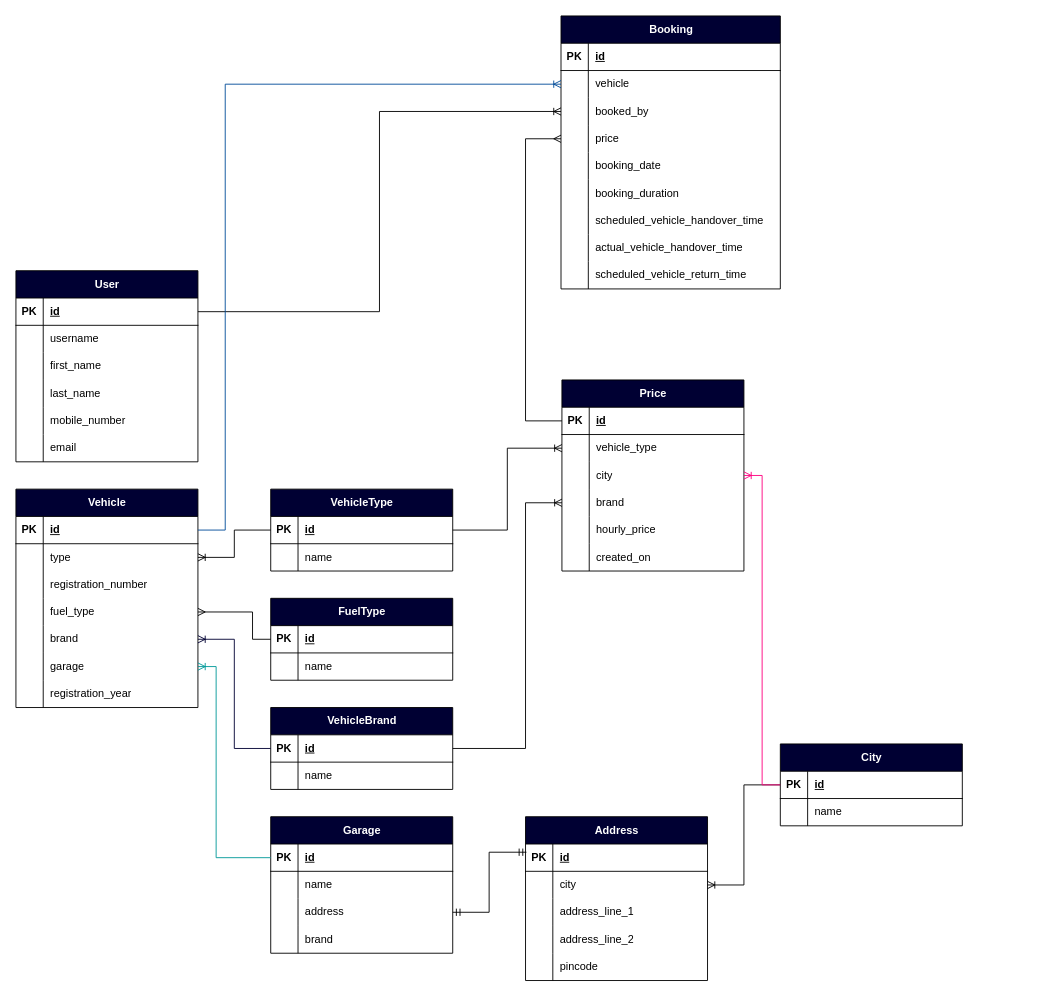
Above: car_rental_service.drawio in priyajitbera/UML_DIAGRAMS (draw.io), before the change. Source tidied: cells renumbered, new cells numbered last; positions are measured from the earlier drawing's top-left corner, leaving out a move shared by most shapes. Both pictures are drawn from the tidied source at 91%, with x=0, y=0 at pixel (15, 15).
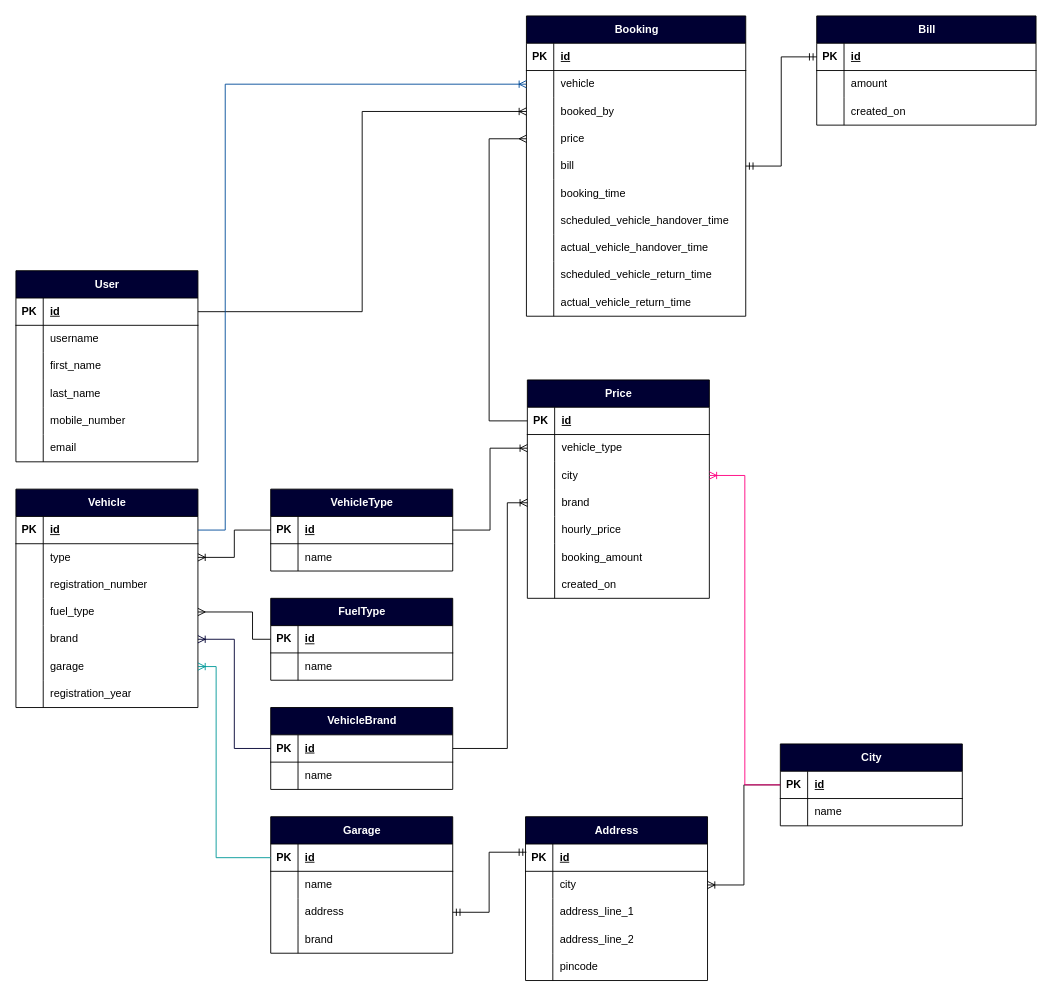
The same page after the edit.

The change refers to these unchanged cells:
```xml
<mxCell id="59" style="shape=tableRow;horizontal=0;startSize=0;swimlaneHead=0;swimlaneBody=0;fillColor=none;points=[[0,0.5],[1,0.5]];portConstraint=eastwest;top=0;left=0;right=0;bottom=1;" parent="58" vertex="1">
  <mxGeometry y="30" width="200" height="30" as="geometry" />
</mxCell>
<mxCell id="82" style="shape=tableRow;horizontal=0;startSize=0;swimlaneHead=0;swimlaneBody=0;fillColor=none;points=[[0,0.5],[1,0.5]];portConstraint=eastwest;top=0;left=0;right=0;bottom=1;" parent="81" vertex="1">
  <mxGeometry y="30" width="200" height="30" as="geometry" />
</mxCell>
<mxCell id="91" style="shape=tableRow;horizontal=0;startSize=0;swimlaneHead=0;swimlaneBody=0;fillColor=none;points=[[0,0.5],[1,0.5]];portConstraint=eastwest;top=0;left=0;right=0;bottom=0;" parent="81" vertex="1">
  <mxGeometry y="120" width="200" height="30" as="geometry" />
</mxCell>
<mxCell id="138" style="shape=tableRow;horizontal=0;startSize=0;swimlaneHead=0;swimlaneBody=0;fillColor=none;points=[[0,0.5],[1,0.5]];portConstraint=eastwest;top=0;left=0;right=0;bottom=0;" parent="128" vertex="1">
  <mxGeometry y="120" width="241" height="30" as="geometry" />
</mxCell>
```

Diff of the diagram source:
```diff
@@
     <mxCell id="81" value="Price" style="shape=table;startSize=30;childLayout=tableLayout;rowLines=0;fontStyle=1;align=center;html=1;fillColor=#000033;fontColor=#FFFFFF;" parent="1" vertex="1">
-      <mxGeometry x="600" y="400" width="200" height="210" as="geometry" />
+      <mxGeometry x="562" y="400" width="200" height="240" as="geometry" />
     </mxCell>
@@
+    <mxCell id="159" style="shape=tableRow;horizontal=0;startSize=0;swimlaneHead=0;swimlaneBody=0;fillColor=none;top=0;left=0;right=0;bottom=0;" parent="81" vertex="1">
+      <mxGeometry y="180" width="200" height="30" as="geometry" />
+    </mxCell>
+    <mxCell id="160" style="shape=partialRectangle;fillColor=none;top=0;left=0;bottom=0;right=0;overflow=hidden;whiteSpace=wrap;html=1;" parent="159" vertex="1">
+      <mxGeometry width="30" height="30" as="geometry" />
+    </mxCell>
+    <mxCell id="161" value="booking_amount" style="shape=partialRectangle;fillColor=none;top=0;left=0;bottom=0;right=0;align=left;spacingLeft=6;overflow=hidden;whiteSpace=wrap;html=1;" parent="159" vertex="1">
+      <mxGeometry x="30" width="170" height="30" as="geometry" />
+    </mxCell>
     <mxCell id="97" style="shape=tableRow;horizontal=0;startSize=0;swimlaneHead=0;swimlaneBody=0;fillColor=none;top=0;left=0;right=0;bottom=0;" parent="81" vertex="1">
-      <mxGeometry y="180" width="200" height="30" as="geometry" />
+      <mxGeometry y="210" width="200" height="30" as="geometry" />
     </mxCell>
@@
     <mxCell id="127" style="edgeStyle=orthogonalEdgeStyle;fontSize=12;html=1;endArrow=ERoneToMany;rounded=0;exitX=1;exitY=0.5;exitDx=0;exitDy=0;" parent="1" edge="1" source="59" target="91">
       <mxGeometry relative="1" as="geometry">
         <Array as="points">
-          <mxPoint x="560" y="805" />
-          <mxPoint x="560" y="535" />
+          <mxPoint x="540" y="805" />
+          <mxPoint x="540" y="535" />
         </Array>
       </mxGeometry>
     </mxCell>
     <mxCell id="128" value="Booking" style="shape=table;startSize=30;childLayout=tableLayout;rowLines=0;fontStyle=1;align=center;html=1;fillColor=#000033;fontColor=#FFFFFF;" parent="1" vertex="1">
-      <mxGeometry x="599" width="241" height="300" as="geometry" />
+      <mxGeometry x="561" width="241" height="330" as="geometry" />
     </mxCell>
@@
+    <mxCell id="162" style="shape=tableRow;horizontal=0;startSize=0;swimlaneHead=0;swimlaneBody=0;fillColor=none;points=[[0,0.5],[1,0.5]];portConstraint=eastwest;top=0;left=0;right=0;bottom=0;" parent="128" vertex="1">
+      <mxGeometry y="150" width="241" height="30" as="geometry" />
+    </mxCell>
+    <mxCell id="163" style="shape=partialRectangle;fillColor=none;top=0;left=0;bottom=0;right=0;overflow=hidden;whiteSpace=wrap;html=1;" parent="162" vertex="1">
+      <mxGeometry width="30" height="30" as="geometry" />
+    </mxCell>
+    <mxCell id="164" value="bill" style="shape=partialRectangle;fillColor=none;top=0;left=0;bottom=0;right=0;align=left;spacingLeft=6;overflow=hidden;whiteSpace=wrap;html=1;" parent="162" vertex="1">
+      <mxGeometry x="30" width="211" height="30" as="geometry" />
+    </mxCell>
     <mxCell id="141" style="shape=tableRow;horizontal=0;startSize=0;swimlaneHead=0;swimlaneBody=0;fillColor=none;top=0;left=0;right=0;bottom=0;" parent="128" vertex="1">
-      <mxGeometry y="150" width="241" height="30" as="geometry" />
+      <mxGeometry y="180" width="241" height="30" as="geometry" />
     </mxCell>
@@
-    <mxCell id="143" value="booking_date" style="shape=partialRectangle;fillColor=none;top=0;left=0;bottom=0;right=0;align=left;spacingLeft=6;overflow=hidden;whiteSpace=wrap;html=1;" parent="141" vertex="1">
+    <mxCell id="143" value="booking_time" style="shape=partialRectangle;fillColor=none;top=0;left=0;bottom=0;right=0;align=left;spacingLeft=6;overflow=hidden;whiteSpace=wrap;html=1;" parent="141" vertex="1">
       <mxGeometry x="30" width="211" height="30" as="geometry" />
     </mxCell>
-    <mxCell id="144" style="shape=tableRow;horizontal=0;startSize=0;swimlaneHead=0;swimlaneBody=0;fillColor=none;top=0;left=0;right=0;bottom=0;" parent="128" vertex="1">
-      <mxGeometry y="180" width="241" height="30" as="geometry" />
-    </mxCell>
-    <mxCell id="145" style="shape=partialRectangle;fillColor=none;top=0;left=0;bottom=0;right=0;overflow=hidden;whiteSpace=wrap;html=1;" parent="144" vertex="1">
-      <mxGeometry width="30" height="30" as="geometry" />
-    </mxCell>
-    <mxCell id="146" value="booking_duration" style="shape=partialRectangle;fillColor=none;top=0;left=0;bottom=0;right=0;align=left;spacingLeft=6;overflow=hidden;whiteSpace=wrap;html=1;" parent="144" vertex="1">
-      <mxGeometry x="30" width="211" height="30" as="geometry" />
-    </mxCell>
@@
+    <mxCell id="165" style="shape=tableRow;horizontal=0;startSize=0;swimlaneHead=0;swimlaneBody=0;fillColor=none;top=0;left=0;right=0;bottom=0;" parent="128" vertex="1">
+      <mxGeometry y="300" width="241" height="30" as="geometry" />
+    </mxCell>
+    <mxCell id="166" style="shape=partialRectangle;fillColor=none;top=0;left=0;bottom=0;right=0;overflow=hidden;whiteSpace=wrap;html=1;" parent="165" vertex="1">
+      <mxGeometry width="30" height="30" as="geometry" />
+    </mxCell>
+    <mxCell id="167" value="actual_vehicle_return_time" style="shape=partialRectangle;fillColor=none;top=0;left=0;bottom=0;right=0;align=left;spacingLeft=6;overflow=hidden;whiteSpace=wrap;html=1;" parent="165" vertex="1">
+      <mxGeometry x="30" width="211" height="30" as="geometry" />
+    </mxCell>
@@
     <mxCell id="157" style="edgeStyle=orthogonalEdgeStyle;fontSize=12;html=1;endArrow=ERmany;rounded=0;exitX=0;exitY=0.5;exitDx=0;exitDy=0;" parent="1" edge="1" source="82" target="138">
       <mxGeometry relative="1" as="geometry">
         <Array as="points">
-          <mxPoint x="560" y="445" />
-          <mxPoint x="560" y="135" />
+          <mxPoint x="520" y="445" />
+          <mxPoint x="520" y="135" />
         </Array>
       </mxGeometry>
     </mxCell>
@@
+    <mxCell id="168" value="Bill" style="shape=table;startSize=30;childLayout=tableLayout;rowLines=0;fontStyle=1;align=center;html=1;fillColor=#000033;fontColor=#FFFFFF;" parent="1" vertex="1">
+      <mxGeometry x="880" width="241" height="120" as="geometry" />
+    </mxCell>
+    <mxCell id="169" style="shape=tableRow;horizontal=0;startSize=0;swimlaneHead=0;swimlaneBody=0;fillColor=none;points=[[0,0.5],[1,0.5]];portConstraint=eastwest;top=0;left=0;right=0;bottom=1;" parent="168" vertex="1">
+      <mxGeometry y="30" width="241" height="30" as="geometry" />
+    </mxCell>
+    <mxCell id="170" value="PK" style="shape=partialRectangle;fillColor=none;top=0;left=0;bottom=0;right=0;fontStyle=1;overflow=hidden;whiteSpace=wrap;html=1;" parent="169" vertex="1">
+      <mxGeometry width="30" height="30" as="geometry" />
+    </mxCell>
+    <mxCell id="171" value="id" style="shape=partialRectangle;fillColor=none;top=0;left=0;bottom=0;right=0;align=left;spacingLeft=6;fontStyle=5;overflow=hidden;whiteSpace=wrap;html=1;" parent="169" vertex="1">
+      <mxGeometry x="30" width="211" height="30" as="geometry" />
+    </mxCell>
+    <mxCell id="172" style="shape=tableRow;horizontal=0;startSize=0;swimlaneHead=0;swimlaneBody=0;fillColor=none;top=0;left=0;right=0;bottom=0;" parent="168" vertex="1">
+      <mxGeometry y="60" width="241" height="30" as="geometry" />
+    </mxCell>
+    <mxCell id="173" style="shape=partialRectangle;fillColor=none;top=0;left=0;bottom=0;right=0;overflow=hidden;whiteSpace=wrap;html=1;" parent="172" vertex="1">
+      <mxGeometry width="30" height="30" as="geometry" />
+    </mxCell>
+    <mxCell id="174" value="amount" style="shape=partialRectangle;fillColor=none;top=0;left=0;bottom=0;right=0;align=left;spacingLeft=6;overflow=hidden;whiteSpace=wrap;html=1;" parent="172" vertex="1">
+      <mxGeometry x="30" width="211" height="30" as="geometry" />
+    </mxCell>
+    <mxCell id="175" style="shape=tableRow;horizontal=0;startSize=0;swimlaneHead=0;swimlaneBody=0;fillColor=none;top=0;left=0;right=0;bottom=0;" parent="168" vertex="1">
+      <mxGeometry y="90" width="241" height="30" as="geometry" />
+    </mxCell>
+    <mxCell id="176" style="shape=partialRectangle;fillColor=none;top=0;left=0;bottom=0;right=0;overflow=hidden;whiteSpace=wrap;html=1;" parent="175" vertex="1">
+      <mxGeometry width="30" height="30" as="geometry" />
+    </mxCell>
+    <mxCell id="177" value="created_on" style="shape=partialRectangle;fillColor=none;top=0;left=0;bottom=0;right=0;align=left;spacingLeft=6;overflow=hidden;whiteSpace=wrap;html=1;" parent="175" vertex="1">
+      <mxGeometry x="30" width="211" height="30" as="geometry" />
+    </mxCell>
+    <mxCell id="178" style="edgeStyle=orthogonalEdgeStyle;fontSize=12;html=1;endArrow=ERmandOne;startArrow=ERmandOne;rounded=0;" parent="1" edge="1" source="162" target="169">
+      <mxGeometry relative="1" as="geometry" />
+    </mxCell>
```
